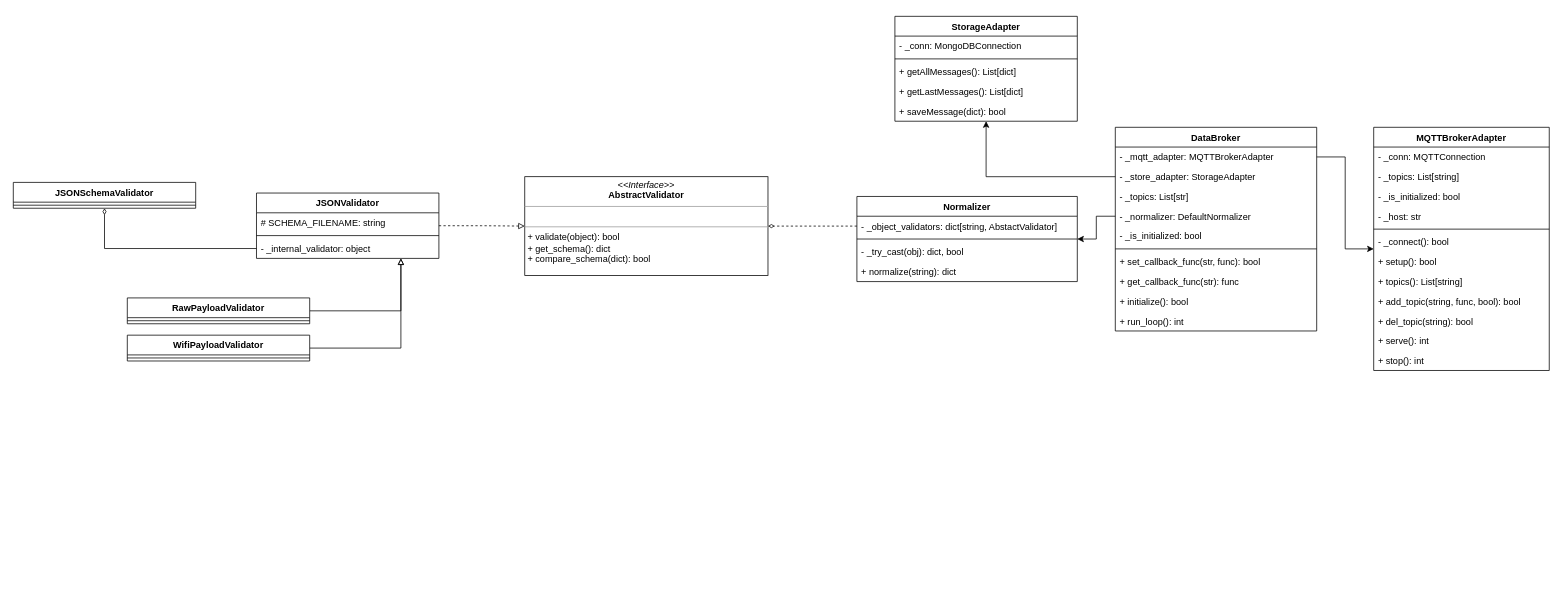
Above: page "processing_subsystem" (1 of 3) of docs/schemes/classes/ClassDiagram.drawio in Kirkirillka/GPS_Tracker (draw.io), before the change. Source tidied: cells renumbered, new cells numbered last; positions are measured from the earlier drawing's top-left corner, leaving out a move shared by most shapes. Both pictures are drawn from the tidied source at 76%, with x=0, y=0 at pixel (13, 16).
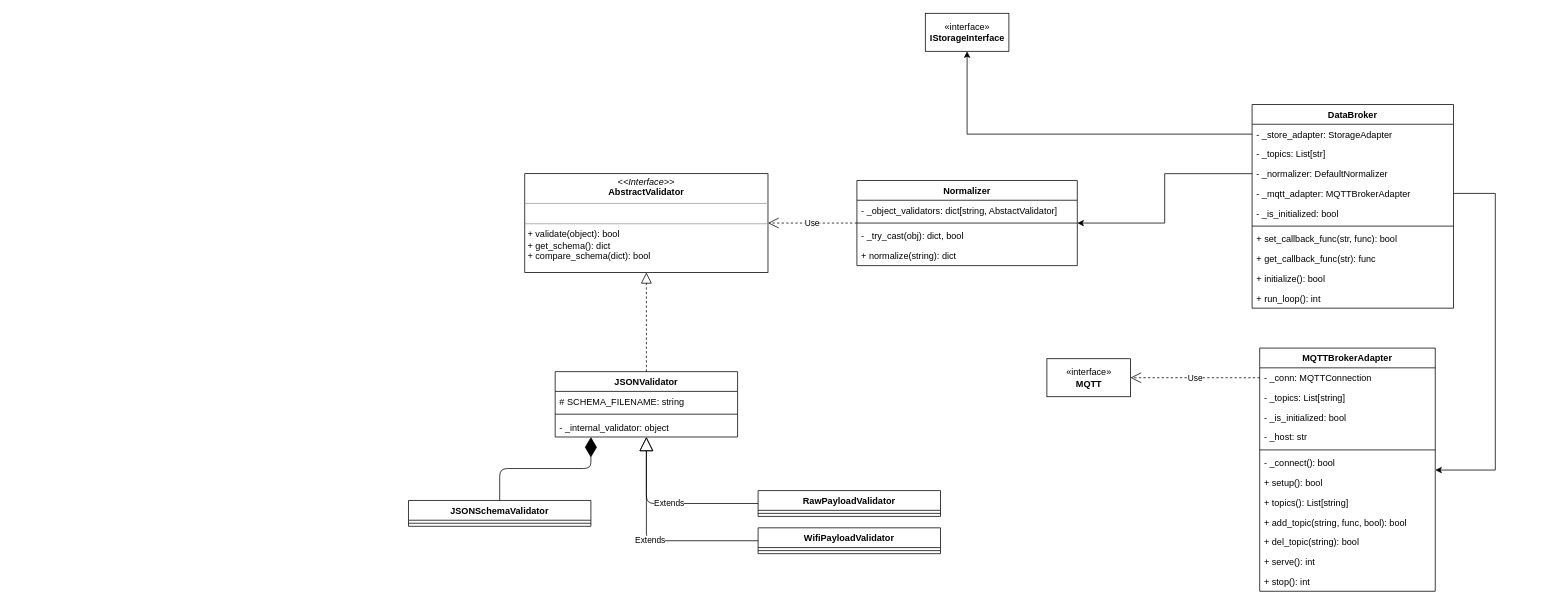
The same page after the edit.

Commit message:
Added an overview diagram with modules, interfaces and classes. Separated into four subsystem.

The change refers to these unchanged cells:
```xml
<mxCell id="14" value="- _conn: MQTTConnection&#10;" style="text;strokeColor=none;fillColor=none;align=left;verticalAlign=top;spacingLeft=4;spacingRight=4;overflow=hidden;points=[[0,0.5],[1,0.5]];portConstraint=eastwest;" parent="13" vertex="1">
  <mxGeometry y="26" width="231" height="26" as="geometry" />
</mxCell>
<mxCell id="32" value="- _internal_validator: object" style="text;strokeColor=none;fillColor=none;align=left;verticalAlign=top;spacingLeft=4;spacingRight=4;overflow=hidden;points=[[0,0.5],[1,0.5]];portConstraint=eastwest;" parent="29" vertex="1">
  <mxGeometry y="60" width="240" height="26" as="geometry" />
</mxCell>
<mxCell id="34" value="- _object_validators: dict[string, AbstactValidator]&#10;" style="text;strokeColor=none;fillColor=none;align=left;verticalAlign=top;spacingLeft=4;spacingRight=4;overflow=hidden;points=[[0,0.5],[1,0.5]];portConstraint=eastwest;" parent="33" vertex="1">
  <mxGeometry y="26" width="290" height="26" as="geometry" />
</mxCell>
```

What changed in the source:
```diff
@@
     <mxCell id="2" value="DataBroker" style="swimlane;fontStyle=1;align=center;verticalAlign=top;horizontal=1;startSize=26;" parent="1" vertex="1">
-      <mxGeometry x="1450" y="146" width="265" height="268" as="geometry" />
+      <mxGeometry x="1630" y="116" width="265" height="268" as="geometry" />
     </mxCell>
-    <mxCell id="3" value="- _mqtt_adapter: MQTTBrokerAdapter" style="text;strokeColor=none;fillColor=none;align=left;verticalAlign=top;spacingLeft=4;spacingRight=4;overflow=hidden;points=[[0,0.5],[1,0.5]];portConstraint=eastwest;" parent="2" vertex="1">
-      <mxGeometry y="26" width="265" height="26" as="geometry" />
-    </mxCell>
     <mxCell id="4" value="- _store_adapter: StorageAdapter" style="text;strokeColor=none;fillColor=none;align=left;verticalAlign=top;spacingLeft=4;spacingRight=4;overflow=hidden;points=[[0,0.5],[1,0.5]];portConstraint=eastwest;" parent="2" vertex="1">
-      <mxGeometry y="52" width="265" height="26" as="geometry" />
+      <mxGeometry y="26" width="265" height="26" as="geometry" />
     </mxCell>
     <mxCell id="5" value="- _topics: List[str]" style="text;strokeColor=none;fillColor=none;align=left;verticalAlign=top;spacingLeft=4;spacingRight=4;overflow=hidden;" parent="2" vertex="1">
-      <mxGeometry y="78" width="265" height="26" as="geometry" />
+      <mxGeometry y="52" width="265" height="26" as="geometry" />
     </mxCell>
     <mxCell id="6" value="- _normalizer: DefaultNormalizer" style="text;strokeColor=none;fillColor=none;align=left;verticalAlign=top;spacingLeft=4;spacingRight=4;overflow=hidden;points=[[0,0.5],[1,0.5]];portConstraint=eastwest;" parent="2" vertex="1">
-      <mxGeometry y="104" width="265" height="26" as="geometry" />
+      <mxGeometry y="78" width="265" height="26" as="geometry" />
     </mxCell>
+    <mxCell id="3" value="- _mqtt_adapter: MQTTBrokerAdapter" style="text;strokeColor=none;fillColor=none;align=left;verticalAlign=top;spacingLeft=4;spacingRight=4;overflow=hidden;points=[[0,0.5],[1,0.5]];portConstraint=eastwest;" parent="2" vertex="1">
+      <mxGeometry y="104" width="265" height="26" as="geometry" />
+    </mxCell>
@@
     <mxCell id="13" value="MQTTBrokerAdapter" style="swimlane;fontStyle=1;align=center;verticalAlign=top;horizontal=1;startSize=26;" parent="1" vertex="1">
-      <mxGeometry x="1790" y="146" width="231" height="320" as="geometry" />
+      <mxGeometry x="1640" y="436.5" width="231" height="320" as="geometry" />
     </mxCell>
@@
-    <mxCell id="26" style="edgeStyle=orthogonalEdgeStyle;rounded=0;jettySize=auto;html=1;endArrow=none;endFill=0;startArrow=block;startFill=0;" parent="1" edge="1" source="29" target="49">
-      <mxGeometry relative="1" as="geometry">
-        <Array as="points">
-          <mxPoint x="510" y="387.5" />
-        </Array>
-      </mxGeometry>
-    </mxCell>
-    <mxCell id="27" style="edgeStyle=orthogonalEdgeStyle;rounded=0;jettySize=auto;html=1;endArrow=none;endFill=0;startArrow=block;startFill=0;" parent="1" edge="1" source="29" target="51">
-      <mxGeometry relative="1" as="geometry">
-        <Array as="points">
-          <mxPoint x="510" y="436.5" />
-        </Array>
-      </mxGeometry>
-    </mxCell>
-    <mxCell id="28" style="edgeStyle=orthogonalEdgeStyle;rounded=0;jettySize=auto;html=1;startArrow=none;startFill=0;endArrow=block;endFill=0;dashed=1;" parent="1" edge="1" source="29" target="47">
-      <mxGeometry relative="1" as="geometry" />
-    </mxCell>
     <mxCell id="29" value="JSONValidator" style="swimlane;fontStyle=1;align=center;verticalAlign=top;horizontal=1;startSize=26;" parent="1" vertex="1">
-      <mxGeometry x="320" y="232.5" width="240" height="86" as="geometry" />
+      <mxGeometry x="713" y="467.5" width="240" height="86" as="geometry" />
     </mxCell>
@@
     <mxCell id="33" value="Normalizer" style="swimlane;fontStyle=1;align=center;verticalAlign=top;horizontal=1;startSize=26;" parent="1" vertex="1">
-      <mxGeometry x="1110" y="237" width="290" height="112" as="geometry" />
+      <mxGeometry x="1110" y="216" width="290" height="112" as="geometry" />
     </mxCell>
@@
-    <mxCell id="38" value="StorageAdapter" style="swimlane;fontStyle=1;align=center;verticalAlign=top;horizontal=1;startSize=26;" parent="1" vertex="1">
-      <mxGeometry x="1160" width="240" height="138" as="geometry" />
-    </mxCell>
-    <mxCell id="39" value="- _conn: MongoDBConnection" style="text;strokeColor=none;fillColor=none;align=left;verticalAlign=top;spacingLeft=4;spacingRight=4;overflow=hidden;" parent="38" vertex="1">
-      <mxGeometry y="26" width="240" height="26" as="geometry" />
-    </mxCell>
-    <mxCell id="40" style="line;strokeWidth=1;fillColor=none;align=left;verticalAlign=middle;spacingTop=-1;spacingLeft=3;spacingRight=3;labelPosition=right;" parent="38" vertex="1">
-      <mxGeometry y="52" width="240" height="8" as="geometry" />
-    </mxCell>
-    <mxCell id="41" value="+ getAllMessages(): List[dict]" style="text;strokeColor=none;fillColor=none;align=left;verticalAlign=top;spacingLeft=4;spacingRight=4;overflow=hidden;" parent="38" vertex="1">
-      <mxGeometry y="60" width="240" height="26" as="geometry" />
-    </mxCell>
-    <mxCell id="42" value="+ getLastMessages(): List[dict]" style="text;strokeColor=none;fillColor=none;align=left;verticalAlign=top;spacingLeft=4;spacingRight=4;overflow=hidden;" parent="38" vertex="1">
-      <mxGeometry y="86" width="240" height="26" as="geometry" />
-    </mxCell>
-    <mxCell id="43" value="+ saveMessage(dict): bool" style="text;strokeColor=none;fillColor=none;align=left;verticalAlign=top;spacingLeft=4;spacingRight=4;overflow=hidden;" parent="38" vertex="1">
-      <mxGeometry y="112" width="240" height="26" as="geometry" />
-    </mxCell>
-    <mxCell id="44" style="edgeStyle=orthogonalEdgeStyle;rounded=0;jettySize=auto;html=1;" parent="1" edge="1" source="3" target="13">
-      <mxGeometry relative="1" as="geometry" />
-    </mxCell>
-    <mxCell id="45" style="edgeStyle=orthogonalEdgeStyle;rounded=0;jettySize=auto;html=1;" parent="1" edge="1" source="4" target="38">
+    <mxCell id="45" style="edgeStyle=orthogonalEdgeStyle;rounded=0;jettySize=auto;html=1;entryX=0.5;entryY=1;entryDx=0;entryDy=0;" parent="1" edge="1" source="4" target="56">
       <mxGeometry relative="1" as="geometry" />
     </mxCell>
@@
     <mxCell id="47" value="&lt;p style=&quot;margin: 0px ; margin-top: 4px ; text-align: center&quot;&gt;&lt;i&gt;&amp;lt;&amp;lt;Interface&amp;gt;&amp;gt;&lt;/i&gt;&lt;br&gt;&lt;b&gt;AbstractValidator&lt;/b&gt;&lt;/p&gt;&lt;hr size=&quot;1&quot;&gt;&lt;p style=&quot;margin: 0px ; margin-left: 4px&quot;&gt;&lt;br&gt;&lt;/p&gt;&lt;hr size=&quot;1&quot;&gt;&lt;p style=&quot;margin: 0px ; margin-left: 4px&quot;&gt;+ validate(object): bool&lt;br&gt;+ get_schema(): dict&lt;/p&gt;&lt;p style=&quot;margin: 0px ; margin-left: 4px&quot;&gt;&lt;span&gt;+ compare_schema(dict)&lt;/span&gt;&lt;span&gt;: bool&lt;/span&gt;&lt;/p&gt;" style="verticalAlign=top;align=left;overflow=fill;fontSize=12;fontFamily=Helvetica;html=1;rounded=0;shadow=0;comic=0;labelBackgroundColor=none;strokeColor=#000000;strokeWidth=1;fillColor=#ffffff;" parent="1" vertex="1">
-      <mxGeometry x="673" y="211" width="320" height="130" as="geometry" />
+      <mxGeometry x="673" y="207" width="320" height="130" as="geometry" />
     </mxCell>
-    <mxCell id="48" style="edgeStyle=orthogonalEdgeStyle;rounded=0;jettySize=auto;html=1;dashed=1;endArrow=diamondThin;endFill=0;" parent="1" edge="1" source="34" target="47">
-      <mxGeometry relative="1" as="geometry" />
-    </mxCell>
     <mxCell id="49" value="RawPayloadValidator" style="swimlane;fontStyle=1;align=center;verticalAlign=top;horizontal=1;startSize=26;" parent="1" vertex="1">
-      <mxGeometry x="150" y="370.5" width="240" height="34" as="geometry" />
+      <mxGeometry x="980" y="624" width="240" height="34" as="geometry" />
     </mxCell>
@@
     <mxCell id="51" value="WifiPayloadValidator" style="swimlane;fontStyle=1;align=center;verticalAlign=top;horizontal=1;startSize=26;" parent="1" vertex="1">
-      <mxGeometry x="150" y="419.5" width="240" height="34" as="geometry" />
+      <mxGeometry x="980" y="673" width="240" height="34" as="geometry" />
     </mxCell>
@@
     <mxCell id="53" value="JSONSchemaValidator" style="swimlane;fontStyle=1;align=center;verticalAlign=top;horizontal=1;startSize=26;" parent="1" vertex="1">
-      <mxGeometry y="218.5" width="240" height="34" as="geometry" />
+      <mxGeometry x="520" y="637" width="240" height="34" as="geometry" />
     </mxCell>
@@
-    <mxCell id="55" style="edgeStyle=orthogonalEdgeStyle;rounded=0;jettySize=auto;html=1;endArrow=diamondThin;endFill=0;" parent="1" edge="1" source="32" target="53">
-      <mxGeometry relative="1" as="geometry" />
-    </mxCell>
+    <mxCell id="56" value="«interface»&lt;br&gt;&lt;b&gt;IStorageInterface&lt;/b&gt;" style="html=1;" parent="1" vertex="1">
+      <mxGeometry x="1200" y="-4" width="110" height="50" as="geometry" />
+    </mxCell>
+    <mxCell id="57" value="«interface»&lt;br&gt;&lt;b&gt;MQTT&lt;/b&gt;&lt;br&gt;" style="html=1;" parent="1" vertex="1">
+      <mxGeometry x="1360" y="450.5" width="110" height="50" as="geometry" />
+    </mxCell>
+    <mxCell id="44" style="edgeStyle=orthogonalEdgeStyle;rounded=0;jettySize=auto;html=1;endArrow=classic;endFill=1;strokeColor=#000000;" parent="1" edge="1" source="3" target="13">
+      <mxGeometry relative="1" as="geometry">
+        <Array as="points">
+          <mxPoint x="1950" y="233" />
+          <mxPoint x="1950" y="597" />
+        </Array>
+      </mxGeometry>
+    </mxCell>
+    <mxCell id="58" style="endArrow=diamondThin;endFill=1;endSize=24;html=1;strokeColor=#000000;edgeStyle=orthogonalEdgeStyle;" parent="1" edge="1" source="53" target="29">
+      <mxGeometry relative="1" as="geometry">
+        <Array as="points">
+          <mxPoint x="640" y="595" />
+          <mxPoint x="760" y="595" />
+        </Array>
+      </mxGeometry>
+    </mxCell>
+    <mxCell id="59" value="Extends" style="endArrow=block;endSize=16;endFill=0;html=1;strokeColor=#000000;edgeStyle=orthogonalEdgeStyle;" parent="1" edge="1" source="49" target="29">
+      <mxGeometry relative="1" as="geometry" />
+    </mxCell>
+    <mxCell id="60" value="Extends" style="endArrow=block;endSize=16;endFill=0;html=1;strokeColor=#000000;edgeStyle=orthogonalEdgeStyle;" parent="1" edge="1" source="51" target="29">
+      <mxGeometry relative="1" as="geometry" />
+    </mxCell>
+    <mxCell id="28" style="endArrow=block;dashed=1;endFill=0;endSize=12;html=1;strokeColor=#000000;" parent="1" edge="1" source="29" target="47">
+      <mxGeometry relative="1" as="geometry" />
+    </mxCell>
+    <mxCell id="61" value="Use" style="endArrow=open;endSize=12;dashed=1;html=1;strokeColor=#000000;" parent="1" edge="1" source="14" target="57">
+      <mxGeometry relative="1" as="geometry" />
+    </mxCell>
+    <mxCell id="62" value="Use" style="endArrow=open;endSize=12;dashed=1;html=1;strokeColor=#000000;" parent="1" edge="1" source="33" target="47">
+      <mxGeometry relative="1" as="geometry" />
+    </mxCell>
```
